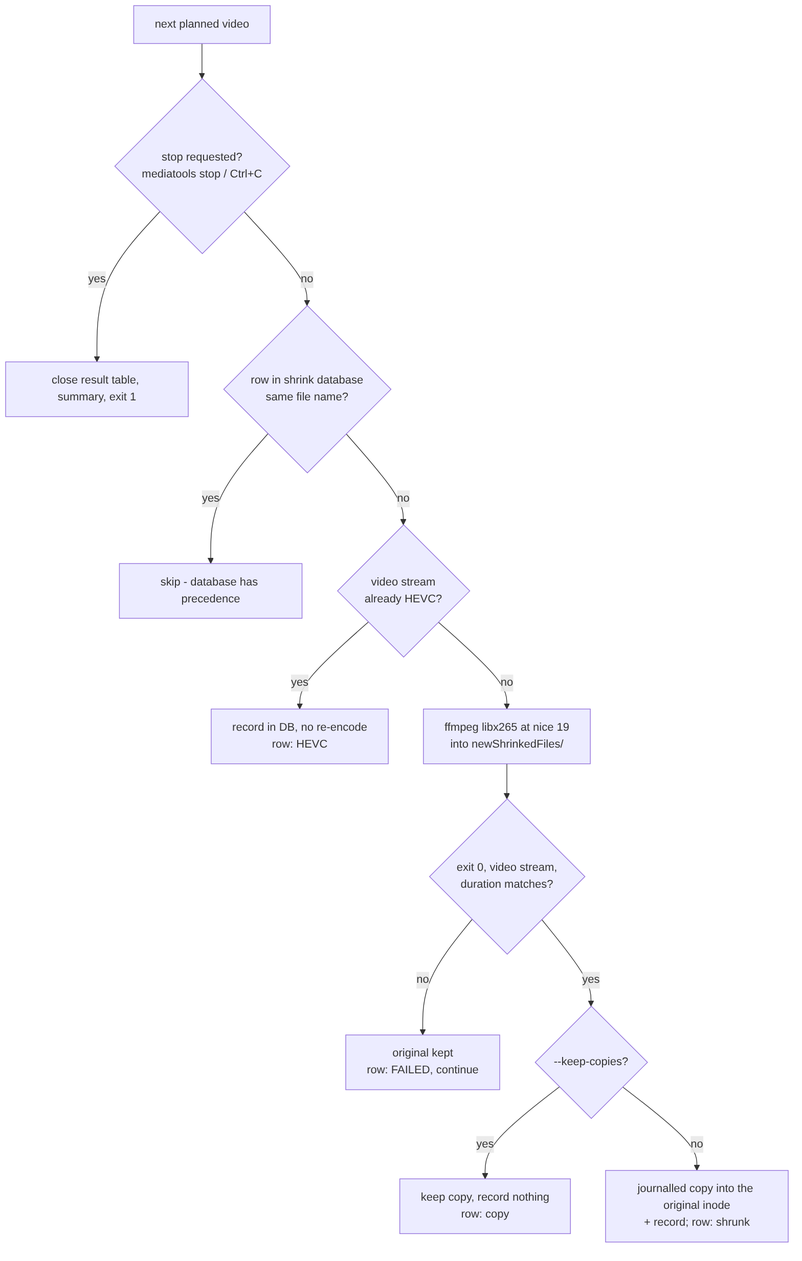
Before: docs/img/shrink_flow.png, a diagram exported from Mermaid (peddanet/mediatools). Its source is kept beside it as docs/img/shrink_flow.mmd. Source of this version:
```mermaid
flowchart TD
  A[next planned video] --> X{stop requested?<br/>mediatools stop / Ctrl+C}
  X -- yes --> END[close result table, summary, exit 1]
  X -- no --> B{row in shrink database<br/>same file name?}
  B -- yes --> S[skip - database has precedence]
  B -- no --> C{video stream<br/>already HEVC?}
  C -- yes --> R1[record in DB, no re-encode<br/>row: HEVC]
  C -- no --> E[ffmpeg libx265 at nice 19<br/>into newShrinkedFiles/]
  E --> V{exit 0, video stream,<br/>duration matches?}
  V -- no --> F[original kept<br/>row: FAILED, continue]
  V -- yes --> K{--keep-copies?}
  K -- yes --> KC[keep copy, record nothing<br/>row: copy]
  K -- no --> W[journalled copy into the original inode<br/>+ record; row: shrunk]
```
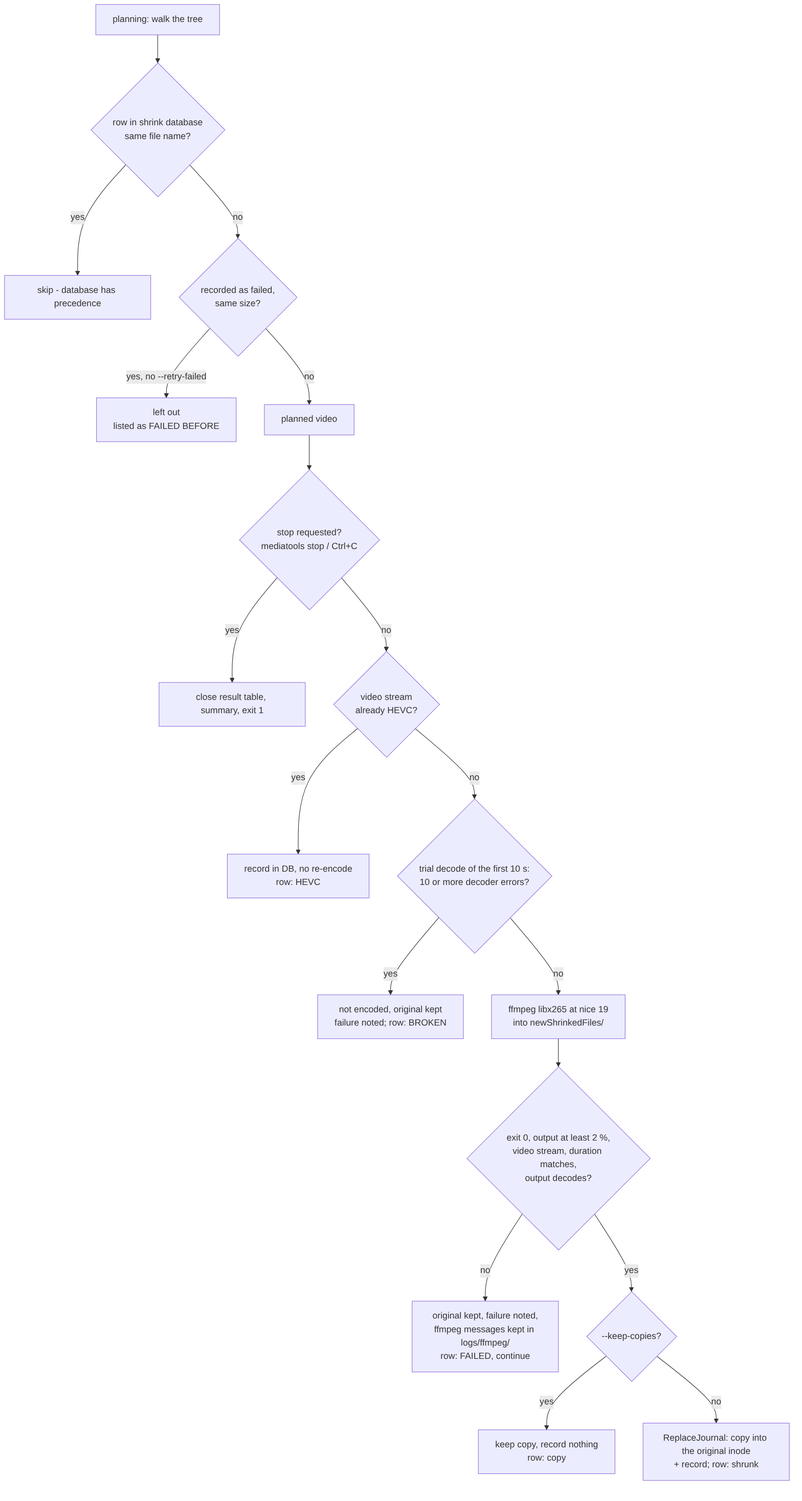
After the change.

Change to the diagram source:
```diff
@@ -1,13 +1,18 @@
 flowchart TD
-  A[next planned video] --> X{stop requested?<br/>mediatools stop / Ctrl+C}
+  P0[planning: walk the tree] --> P1{row in shrink database<br/>same file name?}
+  P1 -- yes --> S[skip - database has precedence]
+  P1 -- no --> P2{recorded as failed,<br/>same size?}
+  P2 -- "yes, no --retry-failed" --> FB[left out<br/>listed as FAILED BEFORE]
+  P2 -- no --> A[planned video]
+  A --> X{stop requested?<br/>mediatools stop / Ctrl+C}
   X -- yes --> END[close result table, summary, exit 1]
-  X -- no --> B{row in shrink database<br/>same file name?}
-  B -- yes --> S[skip - database has precedence]
-  B -- no --> C{video stream<br/>already HEVC?}
+  X -- no --> C{video stream<br/>already HEVC?}
   C -- yes --> R1[record in DB, no re-encode<br/>row: HEVC]
-  C -- no --> E[ffmpeg libx265 at nice 19<br/>into newShrinkedFiles/]
-  E --> V{exit 0, video stream,<br/>duration matches?}
-  V -- no --> F[original kept<br/>row: FAILED, continue]
+  C -- no --> TD{trial decode of the first 10 s:<br/>10 or more decoder errors?}
+  TD -- yes --> BR[not encoded, original kept<br/>failure noted; row: BROKEN]
+  TD -- no --> E[ffmpeg libx265 at nice 19<br/>into newShrinkedFiles/]
+  E --> V{exit 0, output at least 2 %,<br/>video stream, duration matches,<br/>output decodes?}
+  V -- no --> F[original kept, failure noted,<br/>ffmpeg messages kept in logs/ffmpeg/<br/>row: FAILED, continue]
   V -- yes --> K{--keep-copies?}
   K -- yes --> KC[keep copy, record nothing<br/>row: copy]
-  K -- no --> W[journalled copy into the original inode<br/>+ record; row: shrunk]
+  K -- no --> W[ReplaceJournal: copy into the original inode<br/>+ record; row: shrunk]
```
